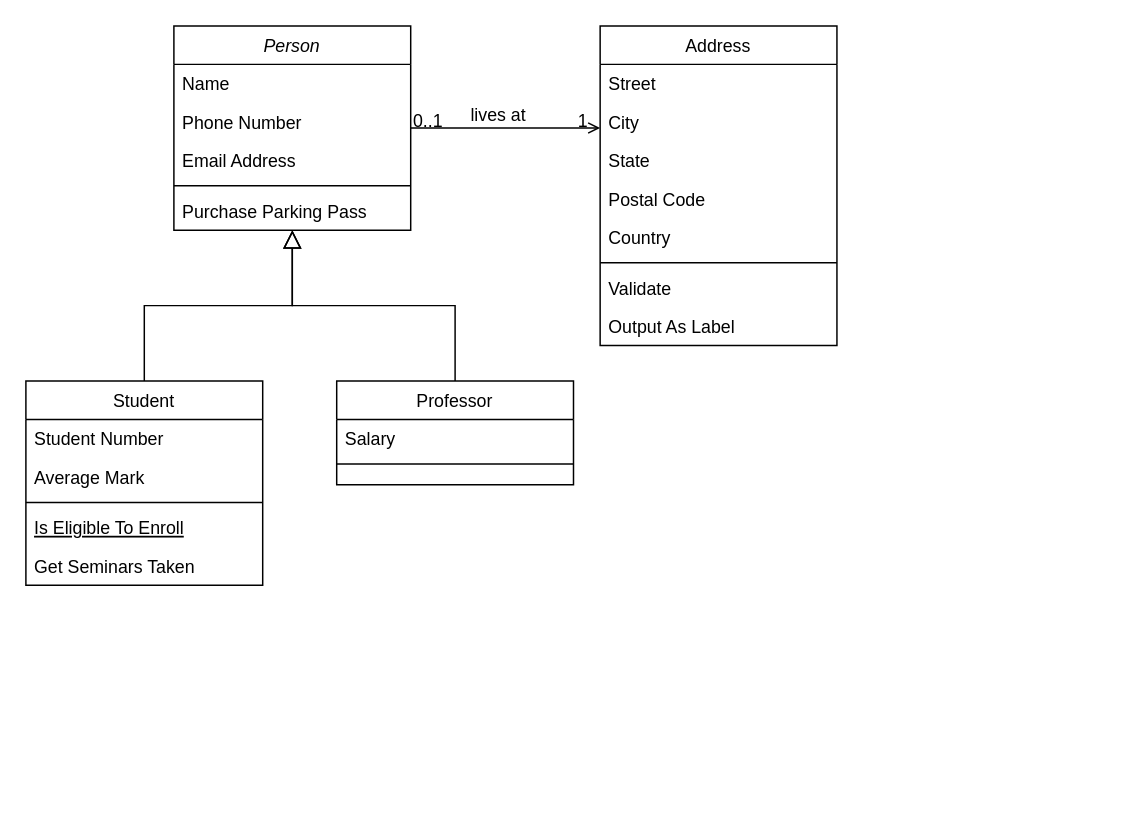
Earlier version of the draw.io diagram Diagram bez tytułu.drawio (Nowak20p/projektowanie-oprogramowan-). Source tidied: cells renumbered, new cells numbered last; positions are measured from the earlier drawing's top-left corner, leaving out a move shared by most shapes. Both pictures are drawn from the tidied source at 148%, with x=0, y=0 at pixel (25, 25).
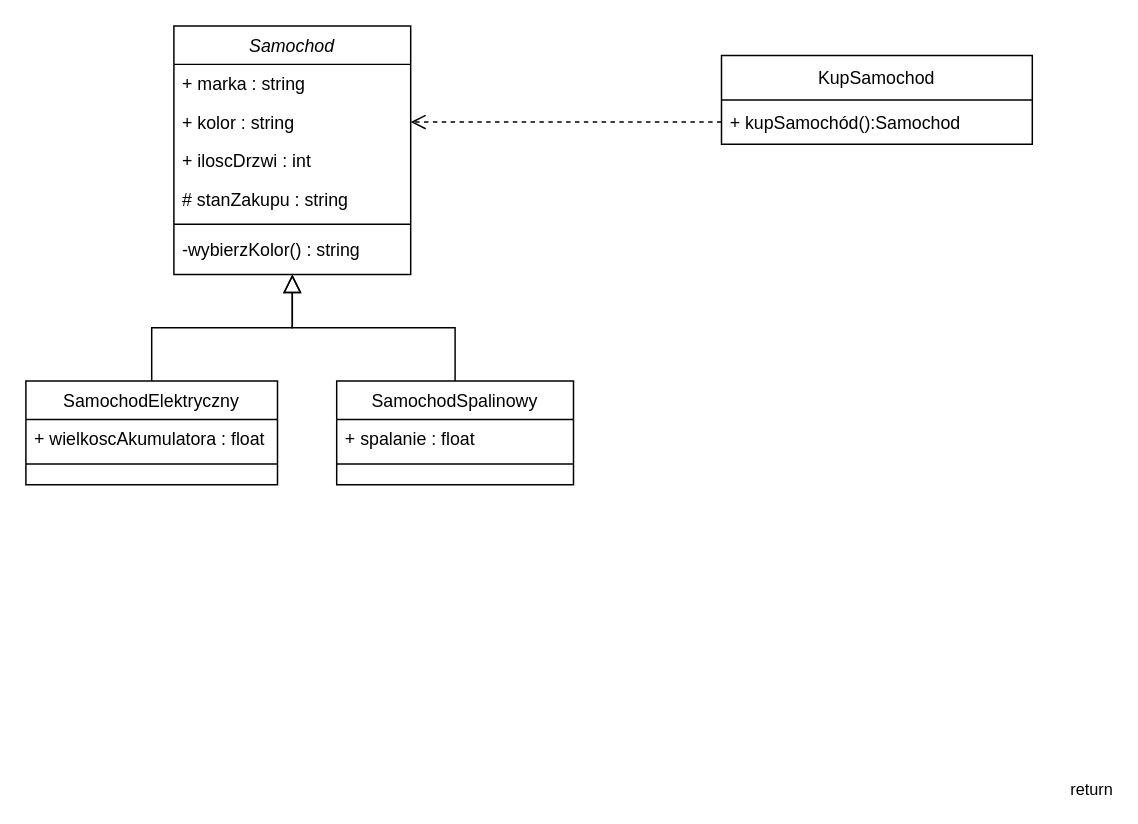
After the change.

What changed in the source:
```diff
@@
-    <mxCell id="2" value="Person" style="swimlane;fontStyle=2;align=center;verticalAlign=top;horizontal=1;startSize=26;rounded=0;shadow=0;strokeWidth=1;" parent="1" vertex="1">
-      <mxGeometry x="100" width="160" height="138" as="geometry" />
+    <mxCell id="2" value="Samochod" style="swimlane;fontStyle=2;align=center;verticalAlign=top;horizontal=1;startSize=26;rounded=0;shadow=0;strokeWidth=1;" parent="1" vertex="1">
+      <mxGeometry x="100" width="160" height="168" as="geometry" />
     </mxCell>
-    <mxCell id="3" value="Name" style="text;align=left;verticalAlign=top;spacingLeft=4;spacingRight=4;overflow=hidden;" parent="2" vertex="1">
+    <mxCell id="3" value="+ marka : string" style="text;align=left;verticalAlign=top;spacingLeft=4;spacingRight=4;overflow=hidden;" parent="2" vertex="1">
       <mxGeometry y="26" width="160" height="26" as="geometry" />
     </mxCell>
-    <mxCell id="4" value="Phone Number" style="text;align=left;verticalAlign=top;spacingLeft=4;spacingRight=4;overflow=hidden;points=[[0,0.5],[1,0.5]];portConstraint=eastwest;rounded=0;shadow=0;html=0;" parent="2" vertex="1">
+    <mxCell id="4" value="+ kolor : string" style="text;align=left;verticalAlign=top;spacingLeft=4;spacingRight=4;overflow=hidden;points=[[0,0.5],[1,0.5]];portConstraint=eastwest;rounded=0;shadow=0;html=0;" parent="2" vertex="1">
       <mxGeometry y="52" width="160" height="26" as="geometry" />
     </mxCell>
-    <mxCell id="5" value="Email Address" style="text;align=left;verticalAlign=top;spacingLeft=4;spacingRight=4;overflow=hidden;rounded=0;shadow=0;html=0;" parent="2" vertex="1">
+    <mxCell id="5" value="+ iloscDrzwi : int " style="text;align=left;verticalAlign=top;spacingLeft=4;spacingRight=4;overflow=hidden;rounded=0;shadow=0;html=0;" parent="2" vertex="1">
       <mxGeometry y="78" width="160" height="26" as="geometry" />
     </mxCell>
+    <mxCell id="32" value="# stanZakupu : string" style="text;align=left;verticalAlign=top;spacingLeft=4;spacingRight=4;overflow=hidden;rounded=0;shadow=0;html=0;" parent="2" vertex="1">
+      <mxGeometry y="104" width="160" height="26" as="geometry" />
+    </mxCell>
     <mxCell id="6" style="line;html=1;strokeWidth=1;align=left;verticalAlign=middle;spacingTop=-1;spacingLeft=3;spacingRight=3;labelPosition=right;" parent="2" vertex="1">
-      <mxGeometry y="104" width="160" height="8" as="geometry" />
+      <mxGeometry y="130" width="160" height="8" as="geometry" />
     </mxCell>
-    <mxCell id="7" value="Purchase Parking Pass" style="text;align=left;verticalAlign=top;spacingLeft=4;spacingRight=4;overflow=hidden;" parent="2" vertex="1">
-      <mxGeometry y="112" width="160" height="26" as="geometry" />
+    <mxCell id="7" value="-wybierzKolor() : string" style="text;align=left;verticalAlign=top;spacingLeft=4;spacingRight=4;overflow=hidden;" parent="2" vertex="1">
+      <mxGeometry y="138" width="160" height="30" as="geometry" />
     </mxCell>
-    <mxCell id="8" value="Student" style="swimlane;fontStyle=0;align=center;verticalAlign=top;horizontal=1;startSize=26;rounded=0;shadow=0;strokeWidth=1;" parent="1" vertex="1">
-      <mxGeometry y="240" width="160" height="138" as="geometry" />
+    <mxCell id="8" value="SamochodElektryczny" style="swimlane;fontStyle=0;align=center;verticalAlign=top;horizontal=1;startSize=26;rounded=0;shadow=0;strokeWidth=1;" parent="1" vertex="1">
+      <mxGeometry y="240" width="170" height="70" as="geometry" />
     </mxCell>
-    <mxCell id="9" value="Student Number" style="text;align=left;verticalAlign=top;spacingLeft=4;spacingRight=4;overflow=hidden;" parent="8" vertex="1">
-      <mxGeometry y="26" width="160" height="26" as="geometry" />
+    <mxCell id="9" value="+ wielkoscAkumulatora : float" style="text;align=left;verticalAlign=top;spacingLeft=4;spacingRight=4;overflow=hidden;" parent="8" vertex="1">
+      <mxGeometry y="26" width="170" height="26" as="geometry" />
     </mxCell>
-    <mxCell id="10" value="Average Mark" style="text;align=left;verticalAlign=top;spacingLeft=4;spacingRight=4;overflow=hidden;rounded=0;shadow=0;html=0;" parent="8" vertex="1">
-      <mxGeometry y="52" width="160" height="26" as="geometry" />
-    </mxCell>
     <mxCell id="11" style="line;html=1;strokeWidth=1;align=left;verticalAlign=middle;spacingTop=-1;spacingLeft=3;spacingRight=3;labelPosition=right;" parent="8" vertex="1">
-      <mxGeometry y="78" width="160" height="8" as="geometry" />
+      <mxGeometry y="52" width="170" height="8" as="geometry" />
     </mxCell>
-    <mxCell id="12" value="Is Eligible To Enroll" style="text;align=left;verticalAlign=top;spacingLeft=4;spacingRight=4;overflow=hidden;fontStyle=4;" parent="8" vertex="1">
-      <mxGeometry y="86" width="160" height="26" as="geometry" />
-    </mxCell>
-    <mxCell id="13" value="Get Seminars Taken" style="text;align=left;verticalAlign=top;spacingLeft=4;spacingRight=4;overflow=hidden;" parent="8" vertex="1">
-      <mxGeometry y="112" width="160" height="26" as="geometry" />
-    </mxCell>
@@
-    <mxCell id="15" value="Professor" style="swimlane;fontStyle=0;align=center;verticalAlign=top;horizontal=1;startSize=26;rounded=0;shadow=0;strokeWidth=1;" parent="1" vertex="1">
+    <mxCell id="15" value="SamochodSpalinowy" style="swimlane;fontStyle=0;align=center;verticalAlign=top;horizontal=1;startSize=26;rounded=0;shadow=0;strokeWidth=1;" parent="1" vertex="1">
       <mxGeometry x="210" y="240" width="160" height="70" as="geometry" />
     </mxCell>
-    <mxCell id="16" value="Salary" style="text;align=left;verticalAlign=top;spacingLeft=4;spacingRight=4;overflow=hidden;" parent="15" vertex="1">
+    <mxCell id="16" value="+ spalanie : float" style="text;align=left;verticalAlign=top;spacingLeft=4;spacingRight=4;overflow=hidden;" parent="15" vertex="1">
       <mxGeometry y="26" width="160" height="26" as="geometry" />
     </mxCell>
@@
-    <mxCell id="19" value="Address" style="swimlane;fontStyle=0;align=center;verticalAlign=top;horizontal=1;startSize=26;rounded=0;shadow=0;strokeWidth=1;" parent="1" vertex="1">
-      <mxGeometry x="388" width="160" height="216" as="geometry" />
-    </mxCell>
-    <mxCell id="20" value="Street" style="text;align=left;verticalAlign=top;spacingLeft=4;spacingRight=4;overflow=hidden;" parent="19" vertex="1">
-      <mxGeometry y="26" width="160" height="26" as="geometry" />
-    </mxCell>
-    <mxCell id="21" value="City" style="text;align=left;verticalAlign=top;spacingLeft=4;spacingRight=4;overflow=hidden;rounded=0;shadow=0;html=0;" parent="19" vertex="1">
-      <mxGeometry y="52" width="160" height="26" as="geometry" />
-    </mxCell>
-    <mxCell id="22" value="State" style="text;align=left;verticalAlign=top;spacingLeft=4;spacingRight=4;overflow=hidden;rounded=0;shadow=0;html=0;" parent="19" vertex="1">
-      <mxGeometry y="78" width="160" height="26" as="geometry" />
-    </mxCell>
-    <mxCell id="23" value="Postal Code" style="text;align=left;verticalAlign=top;spacingLeft=4;spacingRight=4;overflow=hidden;rounded=0;shadow=0;html=0;" parent="19" vertex="1">
-      <mxGeometry y="104" width="160" height="26" as="geometry" />
-    </mxCell>
-    <mxCell id="24" value="Country" style="text;align=left;verticalAlign=top;spacingLeft=4;spacingRight=4;overflow=hidden;rounded=0;shadow=0;html=0;" parent="19" vertex="1">
-      <mxGeometry y="130" width="160" height="26" as="geometry" />
-    </mxCell>
-    <mxCell id="25" style="line;html=1;strokeWidth=1;align=left;verticalAlign=middle;spacingTop=-1;spacingLeft=3;spacingRight=3;labelPosition=right;" parent="19" vertex="1">
-      <mxGeometry y="156" width="160" height="8" as="geometry" />
-    </mxCell>
-    <mxCell id="26" value="Validate" style="text;align=left;verticalAlign=top;spacingLeft=4;spacingRight=4;overflow=hidden;" parent="19" vertex="1">
-      <mxGeometry y="164" width="160" height="26" as="geometry" />
-    </mxCell>
-    <mxCell id="27" value="Output As Label" style="text;align=left;verticalAlign=top;spacingLeft=4;spacingRight=4;overflow=hidden;" parent="19" vertex="1">
-      <mxGeometry y="190" width="160" height="26" as="geometry" />
-    </mxCell>
-    <mxCell id="28" style="endArrow=open;shadow=0;strokeWidth=1;rounded=0;endFill=1;edgeStyle=elbowEdgeStyle;elbow=vertical;" parent="1" edge="1" source="2" target="19">
-      <mxGeometry x="0.5" y="41" relative="1" as="geometry">
-        <mxPoint x="-40" y="32" as="offset" />
-      </mxGeometry>
-    </mxCell>
-    <mxCell id="29" value="0..1" style="align=left;verticalAlign=bottom;labelBackgroundColor=none;fontSize=12;" parent="28" vertex="1">
-      <mxGeometry x="-1" relative="1" as="geometry">
-        <mxPoint y="4" as="offset" />
-      </mxGeometry>
-    </mxCell>
-    <mxCell id="30" value="1" style="align=right;verticalAlign=bottom;labelBackgroundColor=none;fontSize=12;" parent="28" vertex="1">
-      <mxGeometry x="1" relative="1" as="geometry">
-        <mxPoint x="-7" y="4" as="offset" />
-      </mxGeometry>
-    </mxCell>
-    <mxCell id="31" value="lives at" style="text;html=1;align=center;verticalAlign=middle;labelBackgroundColor=none;rounded=0;shadow=0;strokeWidth=1;fontSize=12;" parent="28" vertex="1">
-      <mxGeometry x="0.5" y="49" relative="1" as="geometry">
-        <mxPoint x="-38" y="40" as="offset" />
-      </mxGeometry>
-    </mxCell>
+    <mxCell id="33" value="KupSamochod" style="swimlane;fontStyle=0;horizontal=1;startSize=30;" parent="1" vertex="1">
+      <mxGeometry x="470" y="20" width="210" height="60" as="geometry" />
+    </mxCell>
+    <mxCell id="34" value="+ kupSamochód():Samochod" style="text;strokeColor=none;fillColor=none;align=left;verticalAlign=middle;spacingLeft=4;spacingRight=4;overflow=hidden;points=[[0,0.5],[1,0.5]];portConstraint=eastwest;" parent="33" vertex="1">
+      <mxGeometry y="30" width="210" height="30" as="geometry" />
+    </mxCell>
+    <mxCell id="35" value="return" style="html=1;verticalAlign=bottom;endArrow=open;dashed=1;endSize=8;rounded=0;entryX=1;entryY=0.5;entryDx=0;entryDy=0;exitX=0;exitY=0.5;exitDx=0;exitDy=0;" parent="1" edge="1" source="34" target="4">
+      <mxGeometry x="-1" y="524" relative="1" as="geometry">
+        <mxPoint x="250" y="-64" as="offset" />
+      </mxGeometry>
+    </mxCell>
```
